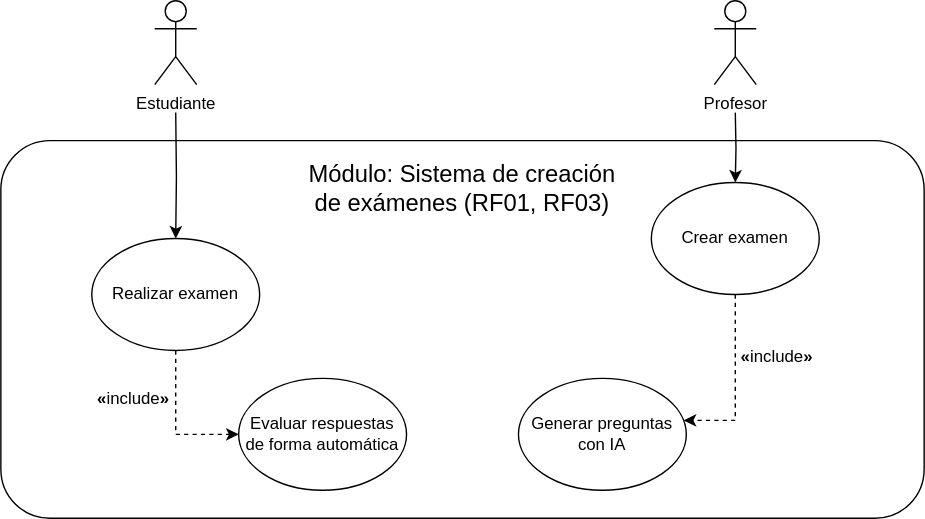
Juanb7737/calificia keeps this draw.io diagram as docs/diagrams/usecases/UCD-gestionDeExamenes.svg. Above is the earlier version. Source tidied: cells renumbered, new cells last; positions are measured from the earlier drawing's top-left corner, leaving out a move shared by most shapes.
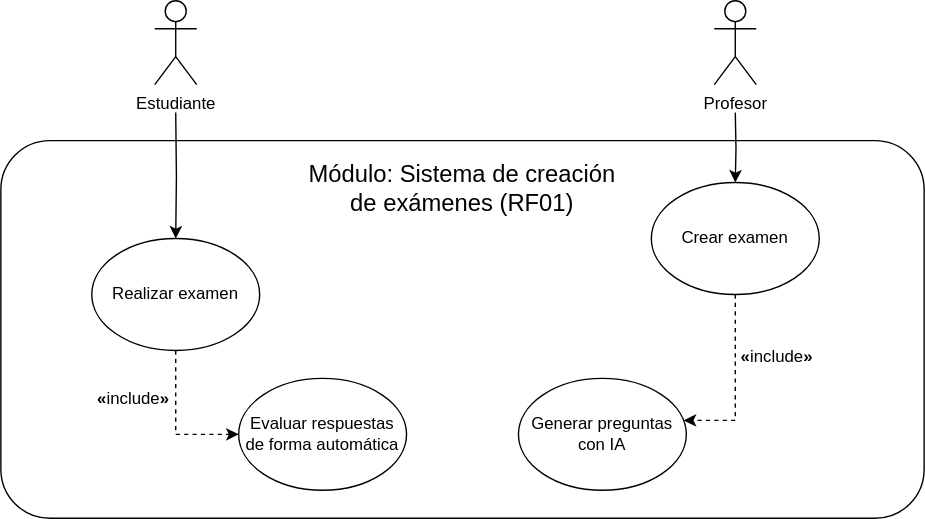
Above is the later version.

Diff of the diagram source:
```diff
@@ -46,7 +46,7 @@
     <mxCell id="13" value="&lt;span id=&quot;columnas_especial&quot;&gt;&lt;strong&gt;«&lt;/strong&gt;&lt;/span&gt;include&lt;strong&gt;»&lt;/strong&gt;" style="text;html=1;align=center;verticalAlign=middle;whiteSpace=wrap;rounded=0;" parent="1" vertex="1">
       <mxGeometry x="525" y="240" width="60" height="30" as="geometry" />
     </mxCell>
-    <mxCell id="14" value="&lt;font style=&quot;font-size: 17px;&quot;&gt;Módulo: Sistema de creación de exámenes (RF01, RF03)&lt;/font&gt;" style="text;html=1;align=center;verticalAlign=middle;whiteSpace=wrap;rounded=0;" parent="1" vertex="1">
+    <mxCell id="14" value="&lt;font style=&quot;font-size: 17px;&quot;&gt;Módulo: Sistema de creación de exámenes (RF01)&lt;/font&gt;" style="text;html=1;align=center;verticalAlign=middle;whiteSpace=wrap;rounded=0;" parent="1" vertex="1">
       <mxGeometry x="212" y="110" width="236" height="50" as="geometry" />
     </mxCell>
     <mxCell id="15" value="&lt;span id=&quot;columnas_especial&quot;&gt;&lt;strong&gt;«&lt;/strong&gt;&lt;/span&gt;include&lt;strong&gt;»&lt;/strong&gt;" style="text;html=1;align=center;verticalAlign=middle;whiteSpace=wrap;rounded=0;" parent="1" vertex="1">
```
